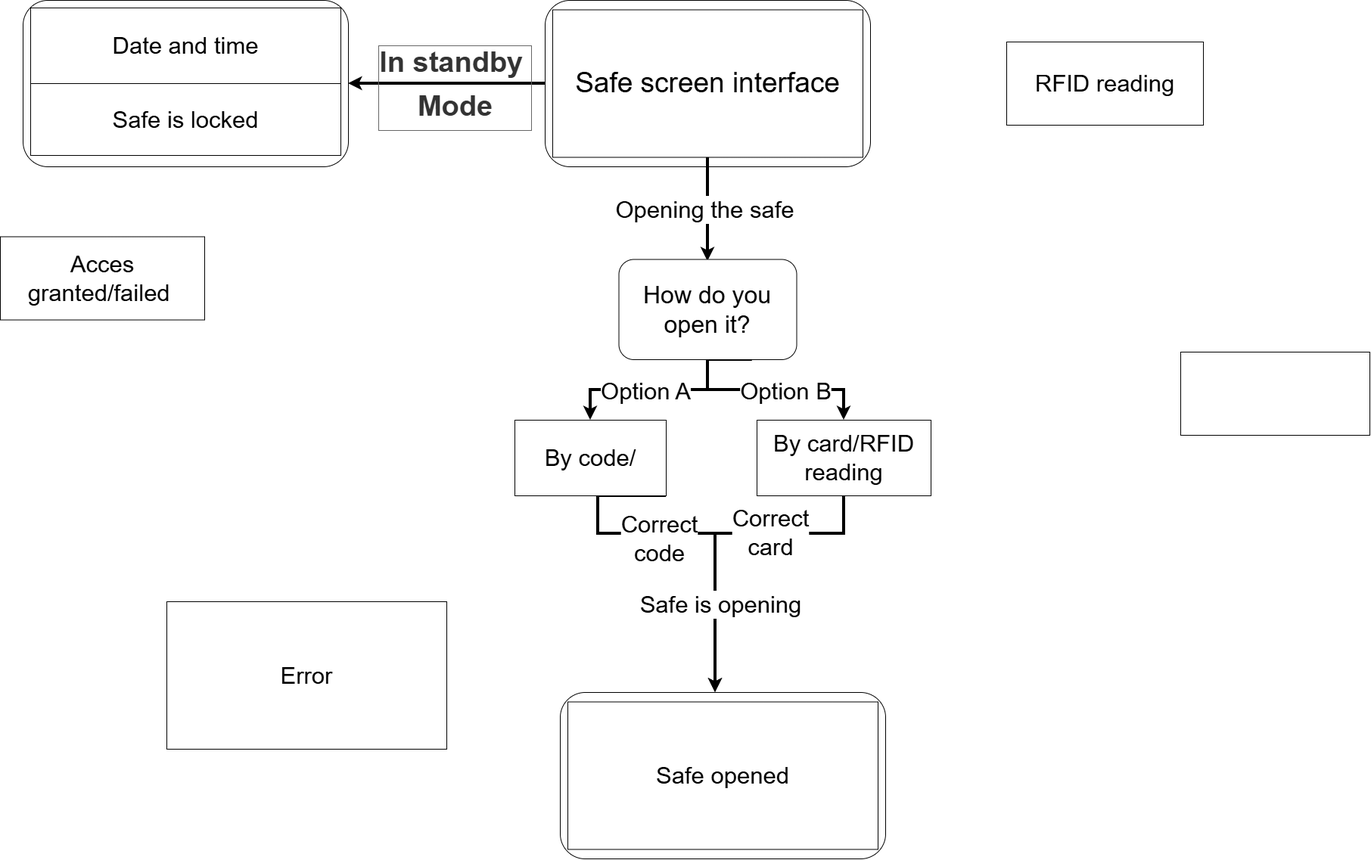
This is Doc/display_interface.png from ANTzacalie/STM32-Based-Electronic-Safe, a draw.io export, as it was before one commit. Source tidied: cells renumbered, new cells last; positions are measured from the earlier drawing's top-left corner, leaving out a move shared by most shapes.
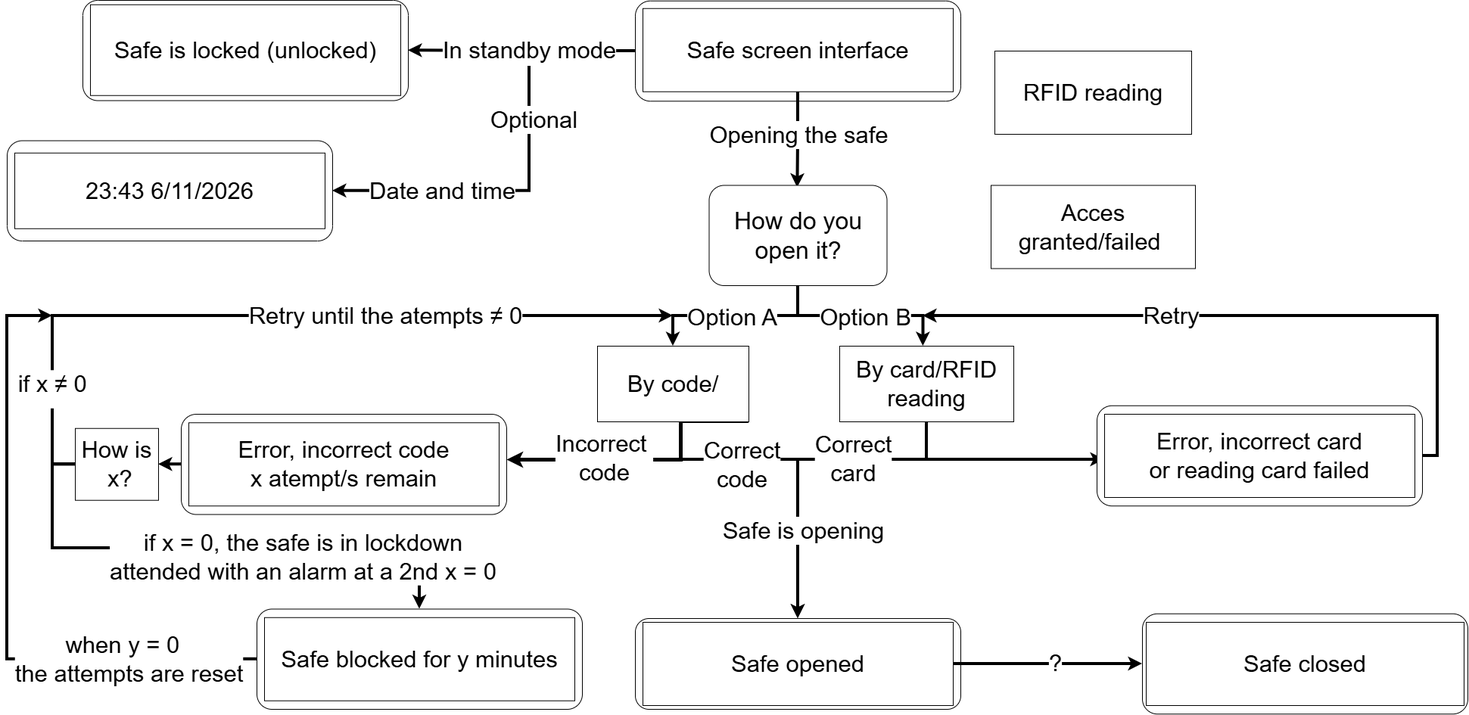
The same file after the commit.

Commit message:
New display diagram

The edit, as a diff of the source:
```diff
@@ -4,2 +4,22 @@
     <mxCell id="1" parent="0" />
+    <mxCell id="31" style="edgeStyle=orthogonalEdgeStyle;rounded=0;jettySize=auto;html=1;entryX=1;entryY=0.5;entryDx=0;entryDy=0;defaultLabelBackgroundColor=page;strokeWidth=4;" parent="1" edge="1" target="55">
+      <mxGeometry x="-0.13" relative="1" as="geometry">
+        <mxPoint x="590" y="185" as="sourcePoint" />
+        <Array as="points">
+          <mxPoint x="590" y="245" />
+          <mxPoint x="590" y="349.8" />
+        </Array>
+      </mxGeometry>
+    </mxCell>
+    <mxCell id="32" value="&lt;font style=&quot;font-size: 31px;&quot;&gt;Optional&lt;/font&gt;" style="edgeLabel;html=1;align=center;verticalAlign=middle;inheritText=1;defaultLabelBackgroundColor=page;" parent="31" vertex="1">
+      <mxGeometry x="-0.41" y="5" relative="1" as="geometry">
+        <mxPoint y="-54" as="offset" />
+      </mxGeometry>
+    </mxCell>
+    <mxCell id="21" value="&lt;font style=&quot;font-size: 31px;&quot;&gt;Date and time&lt;/font&gt;" style="edgeLabel;html=1;align=center;verticalAlign=middle;points=[];inheritText=1;defaultLabelBackgroundColor=page;" parent="31" vertex="1">
+      <mxGeometry x="0.32" relative="1" as="geometry" />
+    </mxCell>
+    <mxCell id="18" style="rounded=1;whiteSpace=wrap;html=1;roundedPerimeter=1;" parent="1" vertex="1">
+      <mxGeometry y="98" width="430" height="132.5" as="geometry" />
+    </mxCell>
     <mxCell id="2" style="edgeStyle=orthogonalEdgeStyle;rounded=0;jettySize=auto;html=1;exitX=1;exitY=1;exitDx=0;exitDy=0;entryX=0.5;entryY=0;entryDx=0;entryDy=0;defaultLabelBackgroundColor=page;strokeWidth=4;" parent="1" edge="1" source="15">
@@ -20,8 +40,6 @@
     <mxCell id="4" style="rounded=1;whiteSpace=wrap;html=1;roundedPerimeter=1;" parent="1" vertex="1">
-      <mxGeometry x="720" width="430" height="220" as="geometry" />
+      <mxGeometry x="730" y="98.8" width="430" height="132.5" as="geometry" />
     </mxCell>
-    <mxCell id="5" style="edgeStyle=orthogonalEdgeStyle;rounded=0;jettySize=auto;html=1;defaultLabelBackgroundColor=page;strokeWidth=4;" parent="1" edge="1" source="7">
-      <mxGeometry relative="1" as="geometry">
-        <mxPoint x="935" y="345" as="targetPoint" />
-      </mxGeometry>
+    <mxCell id="5" style="edgeStyle=orthogonalEdgeStyle;rounded=0;jettySize=auto;html=1;defaultLabelBackgroundColor=page;strokeWidth=4;entryX=0.497;entryY=0.023;entryDx=0;entryDy=0;entryPerimeter=0;" parent="1" edge="1" source="7" target="28">
+      <mxGeometry relative="1" as="geometry" />
     </mxCell>
@@ -29,17 +47,14 @@
       <mxGeometry x="0.17" y="1" relative="1" as="geometry">
-        <mxPoint x="-6" y="-12" as="offset" />
+        <mxPoint y="-18" as="offset" />
       </mxGeometry>
     </mxCell>
-    <mxCell id="7" value="&lt;font style=&quot;font-size: 37px;&quot;&gt;Safe screen interface&lt;/font&gt;" style="html=1;whiteSpace=wrap;" parent="1" vertex="1">
-      <mxGeometry x="730" y="12.5" width="410" height="195" as="geometry" />
+    <mxCell id="7" value="&lt;font style=&quot;font-size: 31px;&quot;&gt;Safe screen interface&lt;/font&gt;" style="html=1;whiteSpace=wrap;" parent="1" vertex="1">
+      <mxGeometry x="740" y="108.8" width="410" height="110" as="geometry" />
     </mxCell>
     <mxCell id="8" value="&lt;font style=&quot;font-size: 31px;&quot;&gt;Acces granted/failed&amp;nbsp;&lt;/font&gt;" style="html=1;whiteSpace=wrap;" parent="1" vertex="1">
-      <mxGeometry y="312.5" width="270" height="110" as="geometry" />
+      <mxGeometry x="1200" y="342.5" width="270" height="110" as="geometry" />
     </mxCell>
     <mxCell id="9" value="&lt;span style=&quot;font-size: 31px;&quot;&gt;RFID reading&lt;/span&gt;" style="html=1;whiteSpace=wrap;" parent="1" vertex="1">
-      <mxGeometry x="1330" y="55" width="260" height="110" as="geometry" />
+      <mxGeometry x="1205" y="165" width="260" height="110" as="geometry" />
     </mxCell>
-    <mxCell id="10" value="&lt;font style=&quot;font-size: 31px;&quot;&gt;Error&lt;/font&gt;" style="html=1;whiteSpace=wrap;" parent="1" vertex="1">
-      <mxGeometry x="220" y="795" width="370" height="195" as="geometry" />
-    </mxCell>
     <mxCell id="11" style="edgeStyle=orthogonalEdgeStyle;rounded=0;jettySize=auto;html=1;exitX=0.5;exitY=1;exitDx=0;exitDy=0;entryX=0.5;entryY=0;entryDx=0;entryDy=0;defaultLabelBackgroundColor=page;strokeWidth=4;" parent="1" edge="1" source="14">
@@ -61,2 +76,10 @@
     </mxCell>
+    <mxCell id="33" style="edgeStyle=orthogonalEdgeStyle;rounded=0;jettySize=auto;html=1;exitX=0.5;exitY=1;exitDx=0;exitDy=0;defaultLabelBackgroundColor=page;entryX=0;entryY=0.538;entryDx=0;entryDy=0;strokeWidth=4;" parent="1" edge="1" source="14">
+      <mxGeometry relative="1" as="geometry">
+        <mxPoint x="1350" y="705" as="targetPoint" />
+        <Array as="points">
+          <mxPoint x="1115" y="705" />
+        </Array>
+      </mxGeometry>
+    </mxCell>
     <mxCell id="14" value="&lt;font style=&quot;font-size: 31px;&quot;&gt;By card/RFID reading&lt;/font&gt;" style="html=1;whiteSpace=wrap;" parent="1" vertex="1">
@@ -64,2 +87,14 @@
     </mxCell>
+    <mxCell id="34" style="edgeStyle=orthogonalEdgeStyle;rounded=0;orthogonalLoop=1;jettySize=auto;html=1;defaultLabelBackgroundColor=page;curved=0;strokeWidth=5;entryX=1;entryY=0.604;entryDx=0;entryDy=0;" parent="1" edge="1">
+      <mxGeometry x="-0.48" relative="1" as="geometry">
+        <mxPoint x="790" y="605" as="sourcePoint" />
+        <mxPoint x="560" y="705" as="targetPoint" />
+        <Array as="points">
+          <mxPoint x="790" y="705" />
+        </Array>
+      </mxGeometry>
+    </mxCell>
+    <mxCell id="35" value="&lt;span style=&quot;font-size: 31px;&quot;&gt;Incorrect&amp;nbsp;&lt;/span&gt;&lt;div&gt;&lt;span style=&quot;font-size: 31px;&quot;&gt;code&lt;/span&gt;&lt;/div&gt;" style="edgeLabel;html=1;align=center;verticalAlign=middle;inheritText=1;defaultLabelBackgroundColor=page;" parent="34" vertex="1">
+      <mxGeometry x="0.22" y="-3" relative="1" as="geometry" />
+    </mxCell>
     <mxCell id="15" value="&lt;font style=&quot;font-size: 31px;&quot;&gt;By code/&lt;/font&gt;" style="html=1;whiteSpace=wrap;" parent="1" vertex="1">
@@ -67,20 +102,5 @@
     </mxCell>
-    <mxCell id="16" style="edgeStyle=orthogonalEdgeStyle;rounded=0;orthogonalLoop=1;jettySize=auto;html=1;innerLoopWaypoints=1;exitX=0.5;exitY=1;exitDx=0;exitDy=0;defaultLabelBackgroundColor=page;" parent="1" edge="1" source="21" target="21">
-      <mxGeometry relative="1" as="geometry" />
-    </mxCell>
-    <mxCell id="17" style="html=1;whiteSpace=wrap;" parent="1" vertex="1">
-      <mxGeometry x="1560" y="465" width="250" height="110" as="geometry" />
-    </mxCell>
-    <mxCell id="18" style="rounded=1;whiteSpace=wrap;html=1;roundedPerimeter=1;" parent="1" vertex="1">
-      <mxGeometry x="30" width="430" height="220" as="geometry" />
-    </mxCell>
-    <mxCell id="19" value="&lt;font style=&quot;font-size: 37px;&quot;&gt;Interfata display seif&lt;/font&gt;" style="html=1;whiteSpace=wrap;" parent="1" vertex="1">
-      <mxGeometry x="40" y="10" width="410" height="195" as="geometry" />
-    </mxCell>
-    <mxCell id="20" value="&lt;font style=&quot;font-size: 31px;&quot;&gt;Safe is locked&lt;/font&gt;" style="html=1;whiteSpace=wrap;" parent="1" vertex="1">
-      <mxGeometry x="40" y="110" width="410" height="95" as="geometry" />
+    <mxCell id="20" value="&lt;font style=&quot;font-size: 31px;&quot;&gt;Safe is locked (unlocked)&lt;/font&gt;" style="html=1;whiteSpace=wrap;" parent="1" vertex="1">
+      <mxGeometry x="10" y="103.8" width="410" height="120" as="geometry" />
     </mxCell>
-    <mxCell id="21" value="&lt;font style=&quot;font-size: 31px;&quot;&gt;Date and time&lt;/font&gt;" style="html=1;whiteSpace=wrap;" parent="1" vertex="1">
-      <mxGeometry x="40" y="10" width="410" height="100" as="geometry" />
-    </mxCell>
     <mxCell id="22" style="edgeStyle=orthogonalEdgeStyle;rounded=0;jettySize=auto;html=1;defaultLabelBackgroundColor=page;entryX=1;entryY=0.5;entryDx=0;entryDy=0;curved=0;arcSize=30;jumpSize=6;strokeWidth=4;" parent="1" edge="1" source="4" target="18">
@@ -88,7 +108,7 @@
     </mxCell>
-    <mxCell id="23" value="&lt;h6 style=&quot;line-height: 110%;&quot;&gt;&lt;font style=&quot;font-size: 38px;&quot; face=&quot;Helvetica&quot;&gt;In standby&amp;nbsp;&lt;br&gt;&lt;br&gt;&lt;br&gt;Mode&lt;/font&gt;&lt;/h6&gt;" style="edgeLabel;html=1;align=center;verticalAlign=middle;inheritText=fontFamily,fontSize,fontStyle,textOpacity,labelBorderWidth,labelPadding;absoluteArcSize=1;fillOpacity=0;strokeOpacity=0;imageAlign=center;overflow=visible;shapeInsidePadding=2;noLabel=0;backgroundOutline=1;labelBackgroundColor=none;fontColor=#333333;labelBorderColor=#666666;" parent="22" vertex="1">
-      <mxGeometry x="-0.15" y="-7" relative="1" as="geometry">
-        <mxPoint x="-10" y="12" as="offset" />
-      </mxGeometry>
-    </mxCell>
+    <mxCell id="36" value="&lt;font style=&quot;font-size: 31px;&quot;&gt;In standby mode&lt;/font&gt;" style="edgeLabel;html=1;align=center;verticalAlign=middle;inheritText=1;defaultLabelBackgroundColor=page;" parent="22" vertex="1">
+      <mxGeometry x="0.49" y="-18" relative="1" as="geometry">
+        <mxPoint x="83" y="17" as="offset" />
+      </mxGeometry>
+    </mxCell>
     <mxCell id="24" style="edgeStyle=orthogonalEdgeStyle;rounded=0;jettySize=auto;html=1;exitX=0.5;exitY=1;exitDx=0;exitDy=0;entryX=0.5;entryY=0;entryDx=0;entryDy=0;defaultLabelBackgroundColor=page;strokeWidth=4;" parent="1" edge="1" source="28" target="15">
@@ -99,8 +119,7 @@
     </mxCell>
-    <mxCell id="26" style="edgeStyle=orthogonalEdgeStyle;rounded=0;jettySize=auto;html=1;exitX=0.75;exitY=1;exitDx=0;exitDy=0;entryX=0.5;entryY=0;entryDx=0;entryDy=0;defaultLabelBackgroundColor=page;strokeWidth=4;" parent="1" edge="1" source="28" target="14">
-      <mxGeometry x="0.37" relative="1" as="geometry">
+    <mxCell id="26" style="edgeStyle=orthogonalEdgeStyle;rounded=0;jettySize=auto;html=1;exitX=0.5;exitY=1.016;exitDx=0;exitDy=0;entryX=0.48;entryY=0;entryDx=0;entryDy=0;defaultLabelBackgroundColor=page;strokeWidth=4;entryPerimeter=0;exitPerimeter=0;" parent="1" edge="1" source="28" target="14">
+      <mxGeometry x="0.19" relative="1" as="geometry">
         <Array as="points">
-          <mxPoint x="935" y="475" />
-          <mxPoint x="935" y="515" />
-          <mxPoint x="1115" y="515" />
+          <mxPoint x="945" y="515" />
+          <mxPoint x="1110.4" y="515" />
         </Array>
@@ -109,3 +128,3 @@
     <mxCell id="27" value="&lt;font style=&quot;font-size: 31px;&quot;&gt;Option B&lt;/font&gt;&lt;div&gt;&lt;font style=&quot;font-size: 31px;&quot;&gt;&lt;br&gt;&lt;/font&gt;&lt;/div&gt;" style="edgeLabel;html=1;align=center;verticalAlign=middle;inheritText=1;defaultLabelBackgroundColor=page;" parent="26" vertex="1">
-      <mxGeometry x="0.26" y="4" relative="1" as="geometry">
+      <mxGeometry x="0.04" y="4" relative="1" as="geometry">
         <mxPoint y="24" as="offset" />
@@ -114,10 +133,113 @@
     <mxCell id="28" value="&lt;font style=&quot;font-size: 32px;&quot;&gt;How do you open it?&lt;/font&gt;" style="rounded=1;whiteSpace=wrap;html=1;" parent="1" vertex="1">
-      <mxGeometry x="817.5" y="342.5" width="235" height="132.5" as="geometry" />
+      <mxGeometry x="827.5" y="342.5" width="235" height="132.5" as="geometry" />
     </mxCell>
     <mxCell id="29" style="rounded=1;whiteSpace=wrap;html=1;roundedPerimeter=1;" parent="1" vertex="1">
-      <mxGeometry x="740" y="915" width="430" height="220" as="geometry" />
+      <mxGeometry x="730" y="915" width="430" height="120" as="geometry" />
     </mxCell>
+    <mxCell id="37" style="edgeStyle=orthogonalEdgeStyle;rounded=0;jettySize=auto;html=1;entryX=0;entryY=0.5;entryDx=0;entryDy=0;defaultLabelBackgroundColor=page;strokeWidth=4;" parent="1" edge="1" source="30" target="54">
+      <mxGeometry relative="1" as="geometry" />
+    </mxCell>
+    <mxCell id="38" value="&lt;font style=&quot;font-size: 31px;&quot;&gt;?&lt;/font&gt;" style="edgeLabel;html=1;align=center;verticalAlign=middle;inheritText=1;defaultLabelBackgroundColor=page;" parent="37" vertex="1">
+      <mxGeometry x="0.07" y="2" relative="1" as="geometry" />
+    </mxCell>
     <mxCell id="30" value="&lt;font style=&quot;font-size: 31px;&quot;&gt;Safe opened&lt;/font&gt;" style="html=1;whiteSpace=wrap;" parent="1" vertex="1">
-      <mxGeometry x="750" y="927.5" width="410" height="195" as="geometry" />
+      <mxGeometry x="740" y="920" width="410" height="110" as="geometry" />
     </mxCell>
+    <mxCell id="39" style="edgeStyle=orthogonalEdgeStyle;rounded=0;jettySize=auto;html=1;defaultLabelBackgroundColor=page;strokeWidth=4;exitX=0;exitY=0.5;exitDx=0;exitDy=0;" parent="1" edge="1" source="49">
+      <mxGeometry x="0.25" relative="1" as="geometry">
+        <mxPoint x="780" y="515" as="targetPoint" />
+        <Array as="points">
+          <mxPoint x="-40" y="711.3" />
+          <mxPoint x="-40" y="515" />
+        </Array>
+      </mxGeometry>
+    </mxCell>
+    <mxCell id="40" value="&lt;font style=&quot;font-size: 31px;&quot;&gt;Retry until the atempts&amp;nbsp;&lt;/font&gt;&lt;span style=&quot;font-size: 31px;&quot;&gt;≠ 0&lt;/span&gt;" style="edgeLabel;html=1;align=center;verticalAlign=middle;inheritText=1;defaultLabelBackgroundColor=page;" parent="39" vertex="1">
+      <mxGeometry x="0.27" y="1" relative="1" as="geometry" />
+    </mxCell>
+    <mxCell id="41" value="&lt;font style=&quot;font-size: 31px;&quot;&gt;if x&amp;nbsp;&lt;span style=&quot;background-color: transparent; color: light-dark(#000000, var(--ge-light-color, #ffffff));&quot;&gt;≠ 0&lt;/span&gt;&amp;nbsp;&lt;/font&gt;&lt;div&gt;&lt;br&gt;&lt;/div&gt;" style="edgeLabel;html=1;align=center;verticalAlign=middle;inheritText=1;defaultLabelBackgroundColor=page;" parent="39" vertex="1">
+      <mxGeometry x="-0.68" y="-3" relative="1" as="geometry">
+        <mxPoint y="40" as="offset" />
+      </mxGeometry>
+    </mxCell>
+    <mxCell id="42" style="edgeStyle=orthogonalEdgeStyle;rounded=0;jettySize=auto;html=1;entryX=1;entryY=0.5;entryDx=0;entryDy=0;defaultLabelBackgroundColor=page;strokeWidth=4;" parent="1" edge="1" source="43" target="49">
+      <mxGeometry relative="1" as="geometry" />
+    </mxCell>
+    <mxCell id="43" style="rounded=1;whiteSpace=wrap;html=1;roundedPerimeter=1;" parent="1" vertex="1">
+      <mxGeometry x="130" y="645" width="430" height="132.5" as="geometry" />
+    </mxCell>
+    <mxCell id="10" value="&lt;font style=&quot;font-size: 31px;&quot;&gt;Error, incorrect code&lt;/font&gt;&lt;div&gt;&lt;font style=&quot;font-size: 31px;&quot;&gt;x atempt/s remain&lt;/font&gt;&lt;/div&gt;" style="html=1;whiteSpace=wrap;" parent="1" vertex="1">
+      <mxGeometry x="140" y="656.2" width="410" height="110" as="geometry" />
+    </mxCell>
+    <mxCell id="44" style="edgeStyle=orthogonalEdgeStyle;rounded=0;jettySize=auto;html=1;exitX=1;exitY=0.5;exitDx=0;exitDy=0;defaultLabelBackgroundColor=page;strokeWidth=4;" parent="1" edge="1" source="46">
+      <mxGeometry x="-0.08" relative="1" as="geometry">
+        <mxPoint x="1110" y="515" as="targetPoint" />
+        <Array as="points">
+          <mxPoint x="1790" y="700" />
+          <mxPoint x="1790" y="515" />
+          <mxPoint x="1170" y="515" />
+        </Array>
+      </mxGeometry>
+    </mxCell>
+    <mxCell id="45" value="&lt;font style=&quot;font-size: 31px;&quot;&gt;Retry&lt;/font&gt;" style="edgeLabel;html=1;align=center;verticalAlign=middle;inheritText=1;defaultLabelBackgroundColor=page;" parent="44" vertex="1">
+      <mxGeometry x="0.26" y="-1" relative="1" as="geometry" />
+    </mxCell>
+    <mxCell id="46" style="rounded=1;whiteSpace=wrap;html=1;roundedPerimeter=1;" parent="1" vertex="1">
+      <mxGeometry x="1340" y="633.8" width="430" height="132.5" as="geometry" />
+    </mxCell>
+    <mxCell id="17" value="&lt;font style=&quot;font-size: 31px;&quot;&gt;Error, incorrect card&lt;/font&gt;&lt;div&gt;&lt;font style=&quot;font-size: 31px;&quot;&gt;or reading card failed&lt;/font&gt;&lt;/div&gt;" style="html=1;whiteSpace=wrap;" parent="1" vertex="1">
+      <mxGeometry x="1350" y="645" width="410" height="110" as="geometry" />
+    </mxCell>
+    <mxCell id="47" style="edgeStyle=orthogonalEdgeStyle;rounded=0;jettySize=auto;html=1;defaultLabelBackgroundColor=page;entryX=0.5;entryY=0;entryDx=0;entryDy=0;strokeWidth=4;" parent="1" edge="1" source="49" target="52">
+      <mxGeometry x="-0.35" relative="1" as="geometry">
+        <Array as="points">
+          <mxPoint x="-40" y="711.3" />
+          <mxPoint x="-40" y="821.9" />
+          <mxPoint x="445" y="821.9" />
+        </Array>
+      </mxGeometry>
+    </mxCell>
+    <mxCell id="48" value="&lt;span style=&quot;font-size: 31px;&quot;&gt;if x = 0, the safe is in lockdown&lt;/span&gt;&lt;div&gt;&lt;span style=&quot;font-size: 31px;&quot;&gt;attended with an alarm at a 2nd x = 0&lt;/span&gt;&lt;/div&gt;" style="edgeLabel;html=1;align=center;verticalAlign=middle;inheritText=1;defaultLabelBackgroundColor=page;" parent="47" vertex="1">
+      <mxGeometry x="-0.03" y="-1" relative="1" as="geometry">
+        <mxPoint x="128" y="11" as="offset" />
+      </mxGeometry>
+    </mxCell>
+    <mxCell id="49" value="&lt;font style=&quot;font-size: 31px;&quot;&gt;How is&lt;/font&gt;&lt;div&gt;&lt;font style=&quot;font-size: 31px;&quot;&gt;&amp;nbsp;x?&lt;/font&gt;&lt;/div&gt;" style="rounded=0;whiteSpace=wrap;html=1;" parent="1" vertex="1">
+      <mxGeometry x="-10" y="663.8" width="110" height="95" as="geometry" />
+    </mxCell>
+    <mxCell id="50" style="edgeStyle=orthogonalEdgeStyle;rounded=0;jettySize=auto;html=1;defaultLabelBackgroundColor=page;strokeWidth=4;" parent="1" edge="1" source="52">
+      <mxGeometry x="-0.12" relative="1" as="geometry">
+        <mxPoint x="-40" y="515" as="targetPoint" />
+        <Array as="points">
+          <mxPoint x="-100" y="968.8" />
+          <mxPoint x="-100" y="515" />
+        </Array>
+      </mxGeometry>
+    </mxCell>
+    <mxCell id="51" value="&lt;span style=&quot;font-size: 31px;&quot;&gt;when y = 0&amp;nbsp;&amp;nbsp;&lt;/span&gt;&lt;div&gt;&lt;span style=&quot;font-size: 31px;&quot;&gt;the attempts are reset&lt;/span&gt;&lt;/div&gt;" style="edgeLabel;html=1;align=center;verticalAlign=middle;inheritText=1;defaultLabelBackgroundColor=page;" parent="50" vertex="1">
+      <mxGeometry x="-0.57" y="-2" relative="1" as="geometry">
+        <mxPoint x="10" y="2" as="offset" />
+      </mxGeometry>
+    </mxCell>
+    <mxCell id="52" style="rounded=1;whiteSpace=wrap;html=1;roundedPerimeter=1;" parent="1" vertex="1">
+      <mxGeometry x="230" y="902.5" width="430" height="132.5" as="geometry" />
+    </mxCell>
+    <mxCell id="53" value="&lt;font style=&quot;font-size: 31px;&quot;&gt;Safe blocked for y minutes&lt;/font&gt;" style="rounded=0;whiteSpace=wrap;html=1;" parent="1" vertex="1">
+      <mxGeometry x="240" y="913.8" width="410" height="110" as="geometry" />
+    </mxCell>
+    <mxCell id="54" style="rounded=1;whiteSpace=wrap;html=1;roundedPerimeter=1;" parent="1" vertex="1">
+      <mxGeometry x="1400" y="908.8" width="430" height="132.5" as="geometry" />
+    </mxCell>
+    <mxCell id="55" style="rounded=1;whiteSpace=wrap;html=1;roundedPerimeter=1;" parent="1" vertex="1">
+      <mxGeometry x="-100" y="283.5" width="430" height="132.5" as="geometry" />
+    </mxCell>
+    <mxCell id="56" style="edgeStyle=orthogonalEdgeStyle;rounded=0;orthogonalLoop=1;jettySize=auto;html=1;innerLoopWaypoints=1;exitX=0.5;exitY=1;exitDx=0;exitDy=0;defaultLabelBackgroundColor=page;" parent="1" edge="1" source="57" target="57">
+      <mxGeometry relative="1" as="geometry" />
+    </mxCell>
+    <mxCell id="57" value="&lt;font style=&quot;font-size: 31px;&quot;&gt;23:43 6/11/2026&lt;/font&gt;" style="html=1;whiteSpace=wrap;" parent="1" vertex="1">
+      <mxGeometry x="-90" y="299.8" width="410" height="100" as="geometry" />
+    </mxCell>
+    <mxCell id="58" value="&lt;font style=&quot;font-size: 31px;&quot;&gt;Safe &lt;font style=&quot;&quot;&gt;closed&lt;/font&gt;&lt;/font&gt;" style="rounded=0;whiteSpace=wrap;html=1;" parent="1" vertex="1">
+      <mxGeometry x="1405" y="920" width="420" height="110" as="geometry" />
+    </mxCell>
   </root>
```
